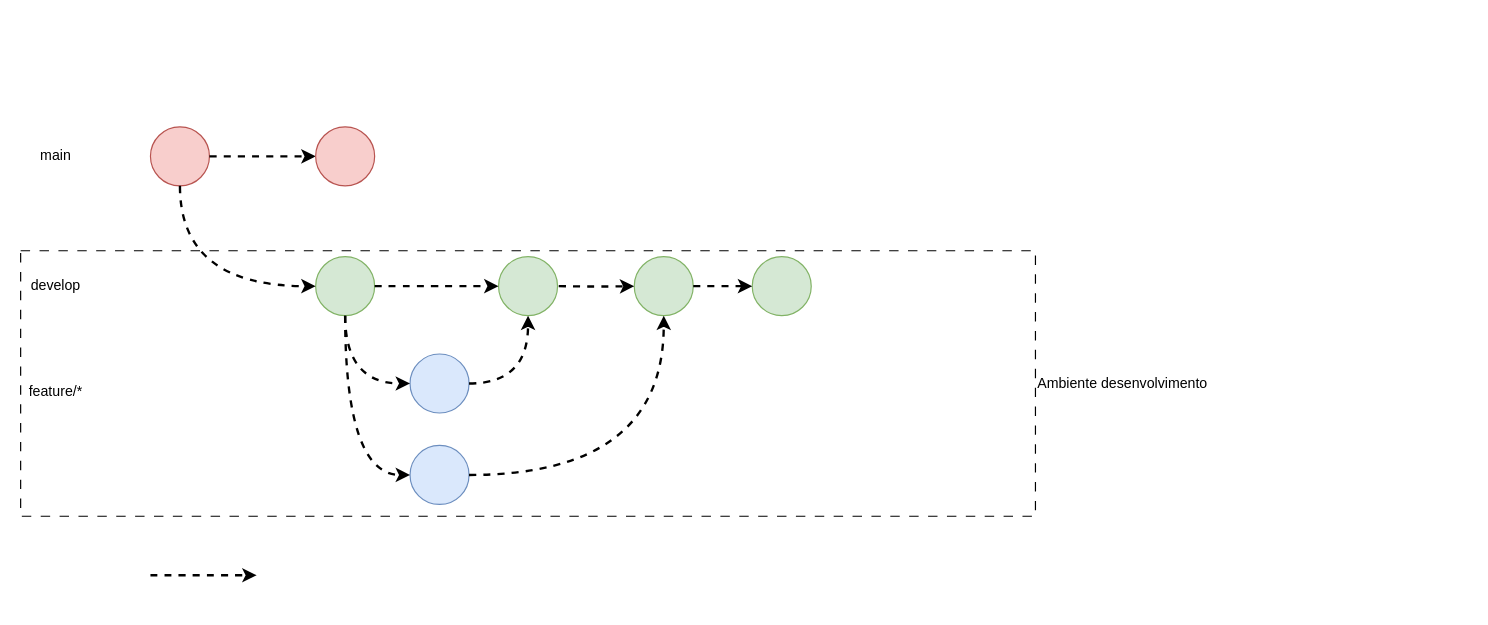
vitorecdias/drawio keeps this draw.io diagram as drawio/definição do fluxo de trabalho git.drawio. Above is the earlier version. Source tidied: cells renumbered, new cells numbered last; positions are measured from the earlier drawing's top-left corner, leaving out a move shared by most shapes. Both pictures are drawn from the tidied source at 118%, with x=0, y=0 at pixel (20, 126).
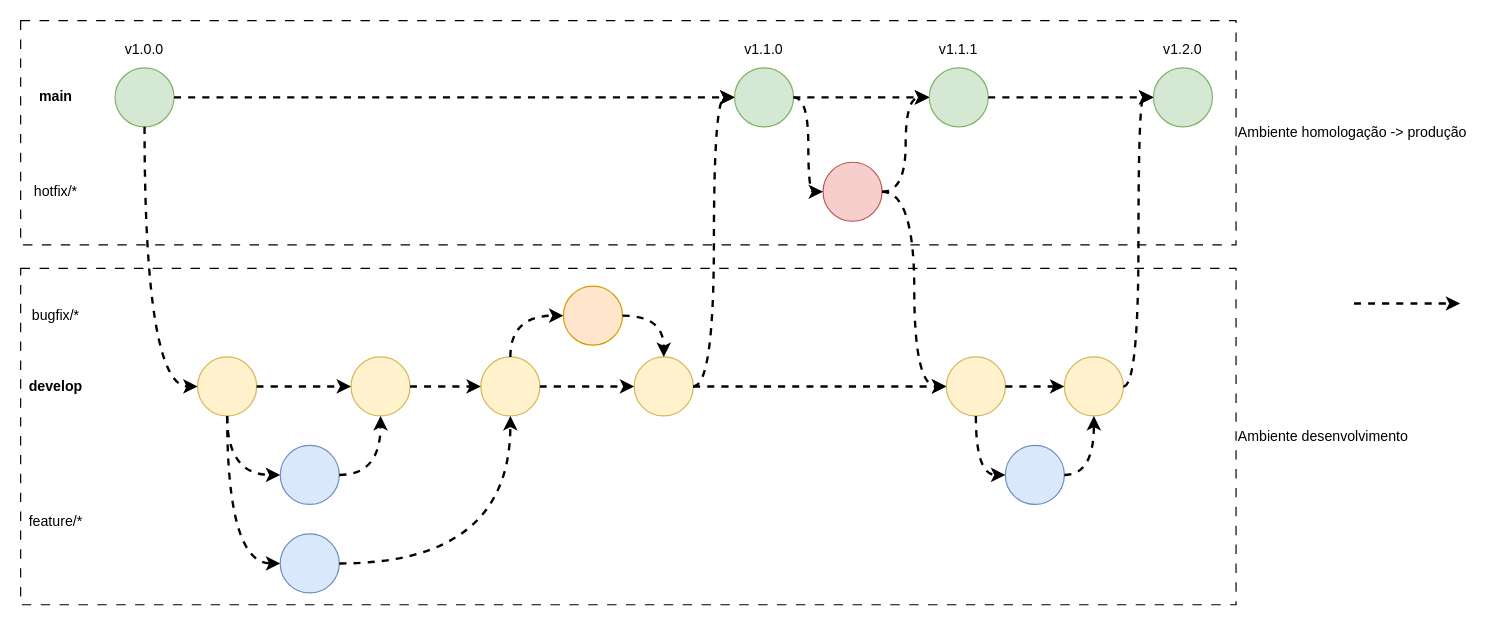
The same diagram, later.

The edit, as a diff of the source:
```diff
@@
+    <mxCell id="24" value="Ambiente homologação -&amp;gt; produção" style="rounded=0;whiteSpace=wrap;html=1;fillColor=none;dashed=1;dashPattern=8 8;labelPosition=right;verticalLabelPosition=middle;align=left;verticalAlign=middle;" parent="1" vertex="1">
+      <mxGeometry y="-90" width="1030" height="190" as="geometry" />
+    </mxCell>
     <mxCell id="2" value="Ambiente desenvolvimento" style="rounded=0;whiteSpace=wrap;html=1;fillColor=none;dashed=1;dashPattern=8 8;labelPosition=right;verticalLabelPosition=middle;align=left;verticalAlign=middle;" parent="1" vertex="1">
-      <mxGeometry y="105" width="860" height="225" as="geometry" />
+      <mxGeometry y="120" width="1030" height="285" as="geometry" />
     </mxCell>
-    <mxCell id="3" style="ellipse;whiteSpace=wrap;html=1;fillColor=#f8cecc;strokeColor=#b85450;" parent="1" vertex="1">
-      <mxGeometry x="110" width="50" height="50" as="geometry" />
+    <mxCell id="3" style="ellipse;whiteSpace=wrap;html=1;fillColor=#d5e8d4;strokeColor=#82b366;" parent="1" vertex="1">
+      <mxGeometry x="80" y="-50" width="50" height="50" as="geometry" />
     </mxCell>
-    <mxCell id="4" style="endArrow=classic;html=1;rounded=0;exitX=1;exitY=0.5;exitDx=0;exitDy=0;edgeStyle=orthogonalEdgeStyle;curved=1;strokeWidth=2;dashed=1;" parent="1" edge="1" source="3">
-      <mxGeometry relative="1" as="geometry">
-        <mxPoint x="250" y="25" as="targetPoint" />
-      </mxGeometry>
-    </mxCell>
-    <mxCell id="5" style="ellipse;whiteSpace=wrap;html=1;fillColor=#f8cecc;strokeColor=#b85450;" parent="1" vertex="1">
-      <mxGeometry x="250" width="50" height="50" as="geometry" />
-    </mxCell>
-    <mxCell id="6" style="ellipse;whiteSpace=wrap;html=1;fillColor=#d5e8d4;strokeColor=#82b366;" parent="1" vertex="1">
-      <mxGeometry x="250" y="110" width="50" height="50" as="geometry" />
+    <mxCell id="6" style="ellipse;whiteSpace=wrap;html=1;fillColor=#fff2cc;strokeColor=#d6b656;" parent="1" vertex="1">
+      <mxGeometry x="150" y="195" width="50" height="50" as="geometry" />
     </mxCell>
-    <mxCell id="7" value="main" style="text;html=1;align=center;verticalAlign=middle;whiteSpace=wrap;rounded=0;" parent="1" vertex="1">
-      <mxGeometry y="10" width="60" height="30" as="geometry" />
+    <mxCell id="7" value="&lt;b&gt;main&lt;/b&gt;" style="text;html=1;align=center;verticalAlign=middle;whiteSpace=wrap;rounded=0;" parent="1" vertex="1">
+      <mxGeometry y="-40" width="60" height="30" as="geometry" />
     </mxCell>
-    <mxCell id="8" value="develop" style="text;html=1;align=center;verticalAlign=middle;whiteSpace=wrap;rounded=0;" parent="1" vertex="1">
-      <mxGeometry y="120" width="60" height="30" as="geometry" />
+    <mxCell id="8" value="&lt;b&gt;develop&lt;/b&gt;" style="text;html=1;align=center;verticalAlign=middle;whiteSpace=wrap;rounded=0;" parent="1" vertex="1">
+      <mxGeometry y="205" width="60" height="30" as="geometry" />
     </mxCell>
     <mxCell id="9" style="endArrow=classic;html=1;rounded=0;exitX=1;exitY=0.5;exitDx=0;exitDy=0;edgeStyle=orthogonalEdgeStyle;curved=1;strokeWidth=2;dashed=1;" parent="1" edge="1">
       <mxGeometry relative="1" as="geometry">
-        <mxPoint x="110" y="380" as="sourcePoint" />
-        <mxPoint x="200" y="380" as="targetPoint" />
+        <mxPoint x="1130" y="149.7" as="sourcePoint" />
+        <mxPoint x="1220" y="149.7" as="targetPoint" />
       </mxGeometry>
     </mxCell>
@@
     <mxCell id="11" style="ellipse;whiteSpace=wrap;html=1;fillColor=#dae8fc;strokeColor=#6c8ebf;" parent="1" vertex="1">
-      <mxGeometry x="330" y="192.5" width="50" height="50" as="geometry" />
+      <mxGeometry x="220" y="270" width="50" height="50" as="geometry" />
     </mxCell>
     <mxCell id="12" value="feature/*" style="text;html=1;align=center;verticalAlign=middle;whiteSpace=wrap;rounded=0;" parent="1" vertex="1">
-      <mxGeometry y="210" width="60" height="30" as="geometry" />
+      <mxGeometry y="320" width="60" height="30" as="geometry" />
     </mxCell>
@@
     <mxCell id="14" style="ellipse;whiteSpace=wrap;html=1;fillColor=#dae8fc;strokeColor=#6c8ebf;" parent="1" vertex="1">
-      <mxGeometry x="330" y="270" width="50" height="50" as="geometry" />
+      <mxGeometry x="220" y="345" width="50" height="50" as="geometry" />
     </mxCell>
@@
-    <mxCell id="16" style="ellipse;whiteSpace=wrap;html=1;fillColor=#d5e8d4;strokeColor=#82b366;" parent="1" vertex="1">
-      <mxGeometry x="405" y="110" width="50" height="50" as="geometry" />
+    <mxCell id="16" style="ellipse;whiteSpace=wrap;html=1;fillColor=#fff2cc;strokeColor=#d6b656;" parent="1" vertex="1">
+      <mxGeometry x="280" y="195" width="50" height="50" as="geometry" />
     </mxCell>
@@
-    <mxCell id="19" style="ellipse;whiteSpace=wrap;html=1;fillColor=#d5e8d4;strokeColor=#82b366;" parent="1" vertex="1">
-      <mxGeometry x="520" y="110" width="50" height="50" as="geometry" />
+    <mxCell id="19" style="ellipse;whiteSpace=wrap;html=1;fillColor=#fff2cc;strokeColor=#d6b656;" parent="1" vertex="1">
+      <mxGeometry x="390" y="195" width="50" height="50" as="geometry" />
     </mxCell>
-    <mxCell id="20" style="endArrow=classic;html=1;rounded=0;edgeStyle=orthogonalEdgeStyle;curved=1;strokeWidth=2;dashed=1;entryX=0;entryY=0.5;entryDx=0;entryDy=0;" parent="1" edge="1" target="19">
-      <mxGeometry relative="1" as="geometry">
-        <mxPoint x="456" y="135" as="sourcePoint" />
-      </mxGeometry>
+    <mxCell id="20" style="endArrow=classic;html=1;rounded=0;edgeStyle=orthogonalEdgeStyle;curved=1;strokeWidth=2;dashed=1;entryX=0;entryY=0.5;entryDx=0;entryDy=0;exitX=1;exitY=0.5;exitDx=0;exitDy=0;" parent="1" edge="1" source="16" target="19">
+      <mxGeometry relative="1" as="geometry" />
     </mxCell>
@@
-    <mxCell id="22" style="ellipse;whiteSpace=wrap;html=1;fillColor=#d5e8d4;strokeColor=#82b366;" parent="1" vertex="1">
-      <mxGeometry x="620" y="110" width="50" height="50" as="geometry" />
+    <mxCell id="22" style="ellipse;whiteSpace=wrap;html=1;fillColor=#fff2cc;strokeColor=#d6b656;" parent="1" vertex="1">
+      <mxGeometry x="784.5" y="195" width="50" height="50" as="geometry" />
     </mxCell>
-    <mxCell id="23" style="endArrow=classic;html=1;rounded=0;edgeStyle=orthogonalEdgeStyle;curved=1;strokeWidth=2;dashed=1;entryX=0;entryY=0.5;entryDx=0;entryDy=0;exitX=1;exitY=0.5;exitDx=0;exitDy=0;" parent="1" edge="1" source="19" target="22">
+    <mxCell id="23" style="endArrow=classic;html=1;rounded=0;edgeStyle=orthogonalEdgeStyle;curved=1;strokeWidth=2;dashed=1;entryX=0;entryY=0.5;entryDx=0;entryDy=0;exitX=0.5;exitY=0;exitDx=0;exitDy=0;" parent="1" edge="1" source="19" target="25">
       <mxGeometry relative="1" as="geometry" />
     </mxCell>
+    <mxCell id="25" style="ellipse;whiteSpace=wrap;html=1;fillColor=#ffe6cc;strokeColor=#d79b00;" parent="1" vertex="1">
+      <mxGeometry x="460" y="135" width="50" height="50" as="geometry" />
+    </mxCell>
+    <mxCell id="26" value="bugfix/*" style="text;html=1;align=center;verticalAlign=middle;whiteSpace=wrap;rounded=0;" parent="1" vertex="1">
+      <mxGeometry y="145" width="60" height="30" as="geometry" />
+    </mxCell>
+    <mxCell id="27" style="ellipse;whiteSpace=wrap;html=1;fillColor=#f8cecc;strokeColor=#b85450;" parent="1" vertex="1">
+      <mxGeometry x="680" y="30" width="50" height="50" as="geometry" />
+    </mxCell>
+    <mxCell id="28" value="hotfix/*" style="text;html=1;align=center;verticalAlign=middle;whiteSpace=wrap;rounded=0;" parent="1" vertex="1">
+      <mxGeometry y="40" width="60" height="30" as="geometry" />
+    </mxCell>
+    <mxCell id="29" style="ellipse;whiteSpace=wrap;html=1;fillColor=#d5e8d4;strokeColor=#82b366;" parent="1" vertex="1">
+      <mxGeometry x="770" y="-50" width="50" height="50" as="geometry" />
+    </mxCell>
+    <mxCell id="30" style="endArrow=classic;html=1;rounded=0;edgeStyle=orthogonalEdgeStyle;curved=1;strokeWidth=2;dashed=1;entryX=0;entryY=0.5;entryDx=0;entryDy=0;exitX=1;exitY=0.5;exitDx=0;exitDy=0;" parent="1" edge="1" source="27" target="22">
+      <mxGeometry relative="1" as="geometry" />
+    </mxCell>
+    <mxCell id="31" style="ellipse;whiteSpace=wrap;html=1;fillColor=#d5e8d4;strokeColor=#82b366;" parent="1" vertex="1">
+      <mxGeometry x="960" y="-50" width="50" height="50" as="geometry" />
+    </mxCell>
+    <mxCell id="32" style="ellipse;whiteSpace=wrap;html=1;fillColor=#fff2cc;strokeColor=#d6b656;" parent="1" vertex="1">
+      <mxGeometry x="884.5" y="195" width="50" height="50" as="geometry" />
+    </mxCell>
+    <mxCell id="33" value="v1.0.0" style="text;html=1;align=center;verticalAlign=middle;whiteSpace=wrap;rounded=0;" parent="1" vertex="1">
+      <mxGeometry x="75" y="-80" width="60" height="30" as="geometry" />
+    </mxCell>
+    <mxCell id="34" value="v1.1.0" style="text;html=1;align=center;verticalAlign=middle;whiteSpace=wrap;rounded=0;" parent="1" vertex="1">
+      <mxGeometry x="600" y="-80" width="60" height="30" as="geometry" />
+    </mxCell>
+    <mxCell id="35" style="endArrow=classic;html=1;rounded=0;exitX=1;exitY=0.5;exitDx=0;exitDy=0;edgeStyle=orthogonalEdgeStyle;curved=1;strokeWidth=2;dashed=1;entryX=0;entryY=0.5;entryDx=0;entryDy=0;" parent="1" edge="1" source="32" target="31">
+      <mxGeometry relative="1" as="geometry" />
+    </mxCell>
+    <mxCell id="36" style="ellipse;whiteSpace=wrap;html=1;fillColor=#d5e8d4;strokeColor=#82b366;" parent="1" vertex="1">
+      <mxGeometry x="605" y="-50" width="50" height="50" as="geometry" />
+    </mxCell>
+    <mxCell id="37" style="ellipse;whiteSpace=wrap;html=1;fillColor=#fff2cc;strokeColor=#d6b656;" parent="1" vertex="1">
+      <mxGeometry x="520" y="195" width="50" height="50" as="geometry" />
+    </mxCell>
+    <mxCell id="38" style="endArrow=classic;html=1;rounded=0;exitX=1;exitY=0.5;exitDx=0;exitDy=0;edgeStyle=orthogonalEdgeStyle;curved=1;strokeWidth=2;dashed=1;entryX=0.5;entryY=0;entryDx=0;entryDy=0;" parent="1" edge="1" source="25" target="37">
+      <mxGeometry relative="1" as="geometry" />
+    </mxCell>
+    <mxCell id="39" style="endArrow=classic;html=1;rounded=0;exitX=1;exitY=0.5;exitDx=0;exitDy=0;edgeStyle=orthogonalEdgeStyle;curved=1;strokeWidth=2;dashed=1;entryX=0;entryY=0.5;entryDx=0;entryDy=0;" parent="1" edge="1" source="37" target="36">
+      <mxGeometry relative="1" as="geometry" />
+    </mxCell>
+    <mxCell id="40" value="v1.1.1" style="text;html=1;align=center;verticalAlign=middle;whiteSpace=wrap;rounded=0;" parent="1" vertex="1">
+      <mxGeometry x="765" y="-80" width="60" height="30" as="geometry" />
+    </mxCell>
+    <mxCell id="41" style="endArrow=classic;html=1;rounded=0;exitX=1;exitY=0.5;exitDx=0;exitDy=0;edgeStyle=orthogonalEdgeStyle;curved=1;strokeWidth=2;dashed=1;entryX=0;entryY=0.5;entryDx=0;entryDy=0;" parent="1" edge="1" source="36" target="27">
+      <mxGeometry relative="1" as="geometry" />
+    </mxCell>
+    <mxCell id="42" style="endArrow=classic;html=1;rounded=0;exitX=1;exitY=0.5;exitDx=0;exitDy=0;edgeStyle=orthogonalEdgeStyle;curved=1;strokeWidth=2;dashed=1;entryX=0;entryY=0.5;entryDx=0;entryDy=0;" parent="1" edge="1" source="27" target="29">
+      <mxGeometry relative="1" as="geometry" />
+    </mxCell>
+    <mxCell id="43" style="endArrow=classic;html=1;rounded=0;exitX=1;exitY=0.5;exitDx=0;exitDy=0;edgeStyle=orthogonalEdgeStyle;curved=1;strokeWidth=2;dashed=1;entryX=0;entryY=0.5;entryDx=0;entryDy=0;" parent="1" edge="1" source="3" target="36">
+      <mxGeometry relative="1" as="geometry" />
+    </mxCell>
+    <mxCell id="44" style="ellipse;whiteSpace=wrap;html=1;fillColor=#dae8fc;strokeColor=#6c8ebf;" parent="1" vertex="1">
+      <mxGeometry x="834.5" y="270" width="50" height="50" as="geometry" />
+    </mxCell>
+    <mxCell id="45" style="endArrow=classic;html=1;rounded=0;exitX=0.5;exitY=1;exitDx=0;exitDy=0;edgeStyle=orthogonalEdgeStyle;curved=1;strokeWidth=2;dashed=1;entryX=0;entryY=0.5;entryDx=0;entryDy=0;" parent="1" edge="1" source="22" target="44">
+      <mxGeometry relative="1" as="geometry" />
+    </mxCell>
+    <mxCell id="46" style="endArrow=classic;html=1;rounded=0;exitX=1;exitY=0.5;exitDx=0;exitDy=0;edgeStyle=orthogonalEdgeStyle;curved=1;strokeWidth=2;dashed=1;entryX=0.5;entryY=1;entryDx=0;entryDy=0;" parent="1" edge="1" source="44" target="32">
+      <mxGeometry relative="1" as="geometry" />
+    </mxCell>
+    <mxCell id="47" value="v1.2.0" style="text;html=1;align=center;verticalAlign=middle;whiteSpace=wrap;rounded=0;" parent="1" vertex="1">
+      <mxGeometry x="955" y="-80" width="60" height="30" as="geometry" />
+    </mxCell>
+    <mxCell id="48" style="endArrow=classic;html=1;rounded=0;exitX=1;exitY=0.5;exitDx=0;exitDy=0;edgeStyle=orthogonalEdgeStyle;curved=1;strokeWidth=2;dashed=1;entryX=0;entryY=0.5;entryDx=0;entryDy=0;" parent="1" edge="1" source="36" target="29">
+      <mxGeometry relative="1" as="geometry" />
+    </mxCell>
+    <mxCell id="49" style="endArrow=classic;html=1;rounded=0;exitX=1;exitY=0.5;exitDx=0;exitDy=0;edgeStyle=orthogonalEdgeStyle;curved=1;strokeWidth=2;dashed=1;entryX=0;entryY=0.5;entryDx=0;entryDy=0;" parent="1" edge="1" source="29" target="31">
+      <mxGeometry relative="1" as="geometry" />
+    </mxCell>
+    <mxCell id="50" style="endArrow=classic;html=1;rounded=0;exitX=1;exitY=0.5;exitDx=0;exitDy=0;edgeStyle=orthogonalEdgeStyle;curved=1;strokeWidth=2;dashed=1;entryX=0;entryY=0.5;entryDx=0;entryDy=0;" parent="1" edge="1" source="19" target="37">
+      <mxGeometry relative="1" as="geometry" />
+    </mxCell>
+    <mxCell id="51" style="endArrow=classic;html=1;rounded=0;exitX=1;exitY=0.5;exitDx=0;exitDy=0;edgeStyle=orthogonalEdgeStyle;curved=1;strokeWidth=2;dashed=1;entryX=0;entryY=0.5;entryDx=0;entryDy=0;" parent="1" edge="1" source="37" target="22">
+      <mxGeometry relative="1" as="geometry" />
+    </mxCell>
+    <mxCell id="52" style="endArrow=classic;html=1;rounded=0;exitX=1;exitY=0.5;exitDx=0;exitDy=0;edgeStyle=orthogonalEdgeStyle;curved=1;strokeWidth=2;dashed=1;entryX=0;entryY=0.5;entryDx=0;entryDy=0;" parent="1" edge="1" source="22" target="32">
+      <mxGeometry relative="1" as="geometry" />
+    </mxCell>
```
